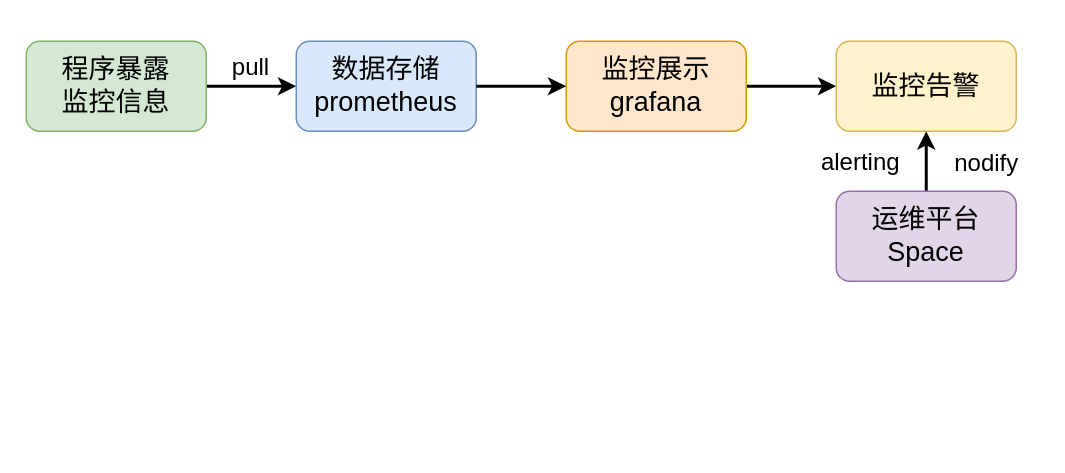
The draw.io diagram page "监控告警" (11 of 12) of EntryTask.drawio in kimbalhuang/test, before the edit. Source tidied: cells renumbered, new cells numbered last; positions are measured from the earlier drawing's top-left corner, leaving out a move shared by most shapes. Both pictures are drawn from the tidied source at 150%, with x=0, y=0 at pixel (26, 40).
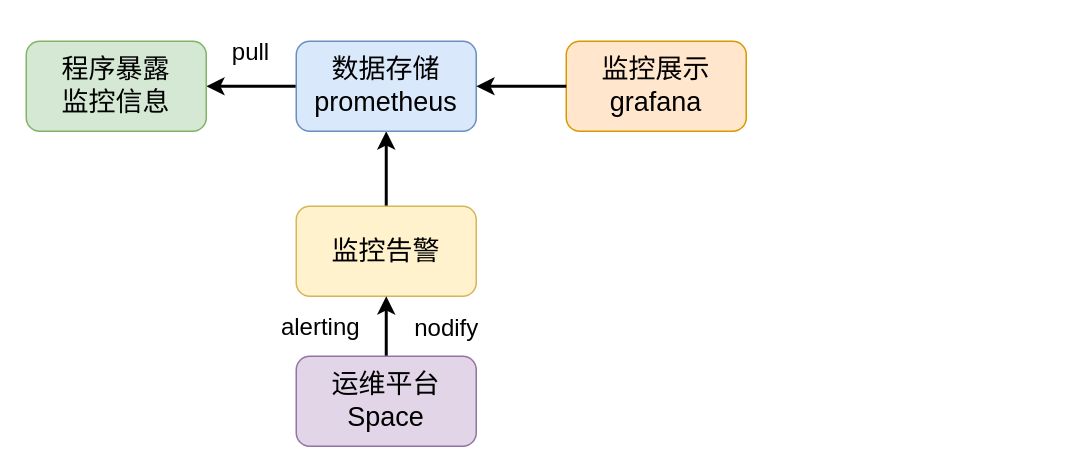
The same page after the edit.

Diff of the diagram source:
```diff
@@
 <mxGraphModel>
   <root>
     <mxCell id="0" />
     <mxCell id="1" parent="0" />
-    <mxCell id="2" style="edgeStyle=none;rounded=0;sketch=0;jettySize=auto;html=1;entryX=0;entryY=0.5;entryDx=0;entryDy=0;fontSize=20;strokeWidth=2;" parent="1" edge="1" source="3" target="5">
+    <mxCell id="2" style="edgeStyle=none;rounded=0;sketch=0;jettySize=auto;html=1;entryX=0;entryY=0.5;entryDx=0;entryDy=0;fontSize=20;strokeWidth=2;startArrow=classic;startFill=1;endArrow=none;endFill=0;" parent="1" edge="1" source="3" target="5">
       <mxGeometry relative="1" as="geometry" />
     </mxCell>
     <mxCell id="3" value="程序暴露&lt;br&gt;监控信息" style="rounded=1;whiteSpace=wrap;html=1;fontSize=18;fillColor=#d5e8d4;strokeColor=#82b366;" parent="1" vertex="1">
       <mxGeometry width="120" height="60" as="geometry" />
     </mxCell>
-    <mxCell id="4" style="edgeStyle=none;rounded=0;sketch=0;jettySize=auto;html=1;entryX=0;entryY=0.5;entryDx=0;entryDy=0;fontSize=20;strokeWidth=2;" parent="1" edge="1" target="6">
-      <mxGeometry relative="1" as="geometry">
-        <mxPoint x="480" y="30" as="sourcePoint" />
-      </mxGeometry>
+    <mxCell id="4" style="edgeStyle=none;rounded=0;sketch=0;jettySize=auto;html=1;fontSize=20;strokeWidth=2;entryX=0.5;entryY=0;entryDx=0;entryDy=0;startArrow=classic;startFill=1;endArrow=none;endFill=0;" parent="1" edge="1" source="5" target="6">
+      <mxGeometry relative="1" as="geometry" />
     </mxCell>
     <mxCell id="5" value="数据存储&lt;br&gt;prometheus" style="rounded=1;whiteSpace=wrap;html=1;fontSize=18;fillColor=#dae8fc;strokeColor=#6c8ebf;" parent="1" vertex="1">
       <mxGeometry x="180" width="120" height="60" as="geometry" />
     </mxCell>
     <mxCell id="6" value="监控告警" style="rounded=1;whiteSpace=wrap;html=1;fontSize=18;fillColor=#fff2cc;strokeColor=#d6b656;" parent="1" vertex="1">
-      <mxGeometry x="540" width="120" height="60" as="geometry" />
+      <mxGeometry x="180" y="110" width="120" height="60" as="geometry" />
     </mxCell>
     <mxCell id="7" value="监控展示&lt;br&gt;grafana" style="rounded=1;whiteSpace=wrap;html=1;fontSize=18;fillColor=#ffe6cc;strokeColor=#d79b00;" parent="1" vertex="1">
       <mxGeometry x="360" width="120" height="60" as="geometry" />
     </mxCell>
     <mxCell id="8" style="edgeStyle=none;rounded=0;sketch=0;jettySize=auto;html=1;fontFamily=Helvetica;fontSize=16;fontColor=default;strokeWidth=2;" parent="1" edge="1" source="9" target="6">
       <mxGeometry relative="1" as="geometry" />
     </mxCell>
     <mxCell id="9" value="运维平台&lt;br&gt;Space" style="rounded=1;whiteSpace=wrap;html=1;fontSize=18;fillColor=#e1d5e7;strokeColor=#9673a6;" parent="1" vertex="1">
-      <mxGeometry x="540" y="100" width="120" height="60" as="geometry" />
+      <mxGeometry x="180" y="210" width="120" height="60" as="geometry" />
     </mxCell>
     <mxCell id="10" value="&lt;font style=&quot;font-size: 16px;&quot;&gt;pull&lt;/font&gt;" style="text;html=1;strokeColor=none;fillColor=none;align=center;verticalAlign=middle;whiteSpace=wrap;rounded=0;fontSize=20;" parent="1" vertex="1">
-      <mxGeometry x="120" width="60" height="30" as="geometry" />
+      <mxGeometry x="120" y="-10" width="60" height="30" as="geometry" />
     </mxCell>
     <mxCell id="11" value="alerting" style="text;html=1;align=center;verticalAlign=middle;strokeColor=none;fillColor=none;fontSize=16;fontFamily=Helvetica;fontColor=default;" parent="1" vertex="1">
-      <mxGeometry x="516" y="65" width="80" height="30" as="geometry" />
+      <mxGeometry x="156" y="175" width="80" height="30" as="geometry" />
     </mxCell>
     <mxCell id="12" value="nodify" style="text;html=1;align=center;verticalAlign=middle;strokeColor=none;fillColor=none;fontSize=16;fontFamily=Helvetica;fontColor=default;" parent="1" vertex="1">
-      <mxGeometry x="605" y="66" width="70" height="30" as="geometry" />
+      <mxGeometry x="245" y="176" width="70" height="30" as="geometry" />
     </mxCell>
-    <mxCell id="13" style="edgeStyle=none;rounded=0;sketch=0;orthogonalLoop=1;jettySize=auto;html=1;entryX=0;entryY=0.5;entryDx=0;entryDy=0;fontSize=20;strokeWidth=2;" parent="1" edge="1">
+    <mxCell id="13" style="edgeStyle=none;rounded=0;sketch=0;orthogonalLoop=1;jettySize=auto;html=1;entryX=0;entryY=0.5;entryDx=0;entryDy=0;fontSize=20;strokeWidth=2;startArrow=classic;startFill=1;endArrow=none;endFill=0;" parent="1" edge="1">
       <mxGeometry relative="1" as="geometry">
         <mxPoint x="300" y="30" as="sourcePoint" />
         <mxPoint x="360" y="30" as="targetPoint" />
       </mxGeometry>
     </mxCell>
   </root>
 </mxGraphModel>
```
